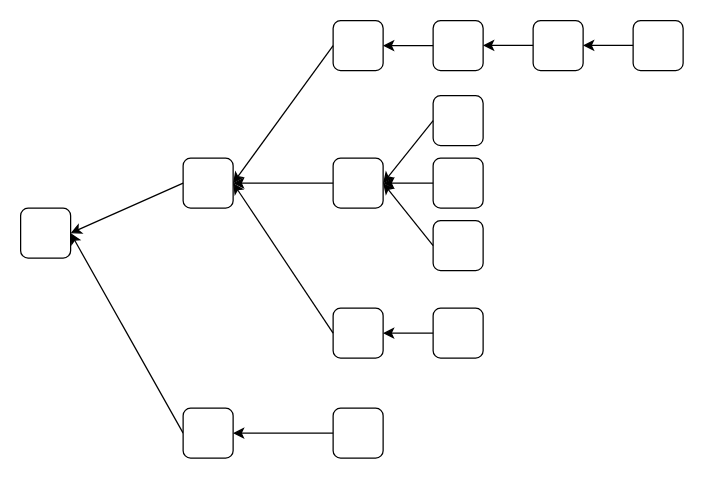
Before: ethereum-research/consensus/fork-choice rule/longest chain/longest-chain rule.drawio in 0xyicheng/a-research-diagram, a draw.io diagram. Source tidied: cells renumbered, new cells numbered last; positions are measured from the earlier drawing's top-left corner, leaving out a move shared by most shapes. Both pictures are drawn from the tidied source at 125%, with x=0, y=0 at pixel (20, 20).
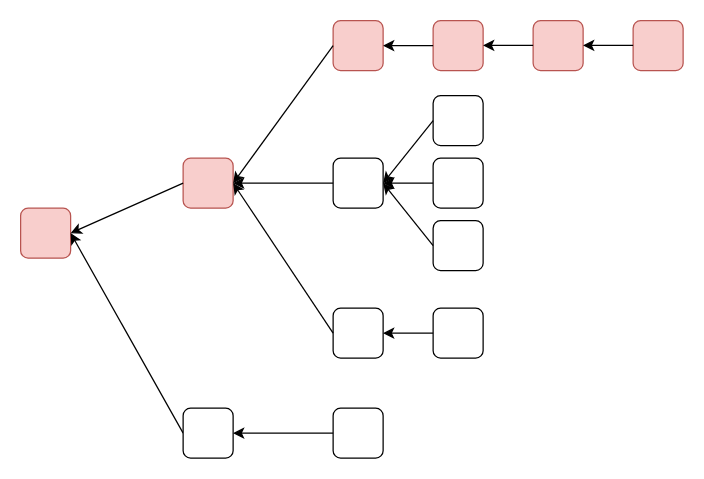
The same diagram, later.

Change to the diagram source:
```diff
@@
-    <mxCell id="2" style="rounded=1;whiteSpace=wrap;html=1;" parent="1" vertex="1">
+    <mxCell id="2" style="rounded=1;whiteSpace=wrap;html=1;fillColor=#f8cecc;strokeColor=#b85450;" parent="1" vertex="1">
       <mxGeometry y="150" width="40" height="40" as="geometry" />
     </mxCell>
@@
-    <mxCell id="4" style="rounded=1;whiteSpace=wrap;html=1;" parent="1" vertex="1">
+    <mxCell id="4" style="rounded=1;whiteSpace=wrap;html=1;fillColor=#f8cecc;strokeColor=#b85450;" parent="1" vertex="1">
       <mxGeometry x="130" y="110" width="40" height="40" as="geometry" />
     </mxCell>
@@
-    <mxCell id="10" style="rounded=1;whiteSpace=wrap;html=1;" parent="1" vertex="1">
+    <mxCell id="10" style="rounded=1;whiteSpace=wrap;html=1;fillColor=#f8cecc;strokeColor=#b85450;" parent="1" vertex="1">
       <mxGeometry x="250" width="40" height="40" as="geometry" />
     </mxCell>
-    <mxCell id="11" style="rounded=1;whiteSpace=wrap;html=1;" parent="1" vertex="1">
+    <mxCell id="11" style="rounded=1;whiteSpace=wrap;html=1;fillColor=#f8cecc;strokeColor=#b85450;" parent="1" vertex="1">
       <mxGeometry x="330" width="40" height="40" as="geometry" />
     </mxCell>
-    <mxCell id="12" style="rounded=1;whiteSpace=wrap;html=1;" parent="1" vertex="1">
+    <mxCell id="12" style="rounded=1;whiteSpace=wrap;html=1;fillColor=#f8cecc;strokeColor=#b85450;" parent="1" vertex="1">
       <mxGeometry x="410" width="40" height="40" as="geometry" />
     </mxCell>
-    <mxCell id="13" style="rounded=1;whiteSpace=wrap;html=1;" parent="1" vertex="1">
+    <mxCell id="13" style="rounded=1;whiteSpace=wrap;html=1;fillColor=#f8cecc;strokeColor=#b85450;" parent="1" vertex="1">
       <mxGeometry x="490" width="40" height="40" as="geometry" />
     </mxCell>
```
